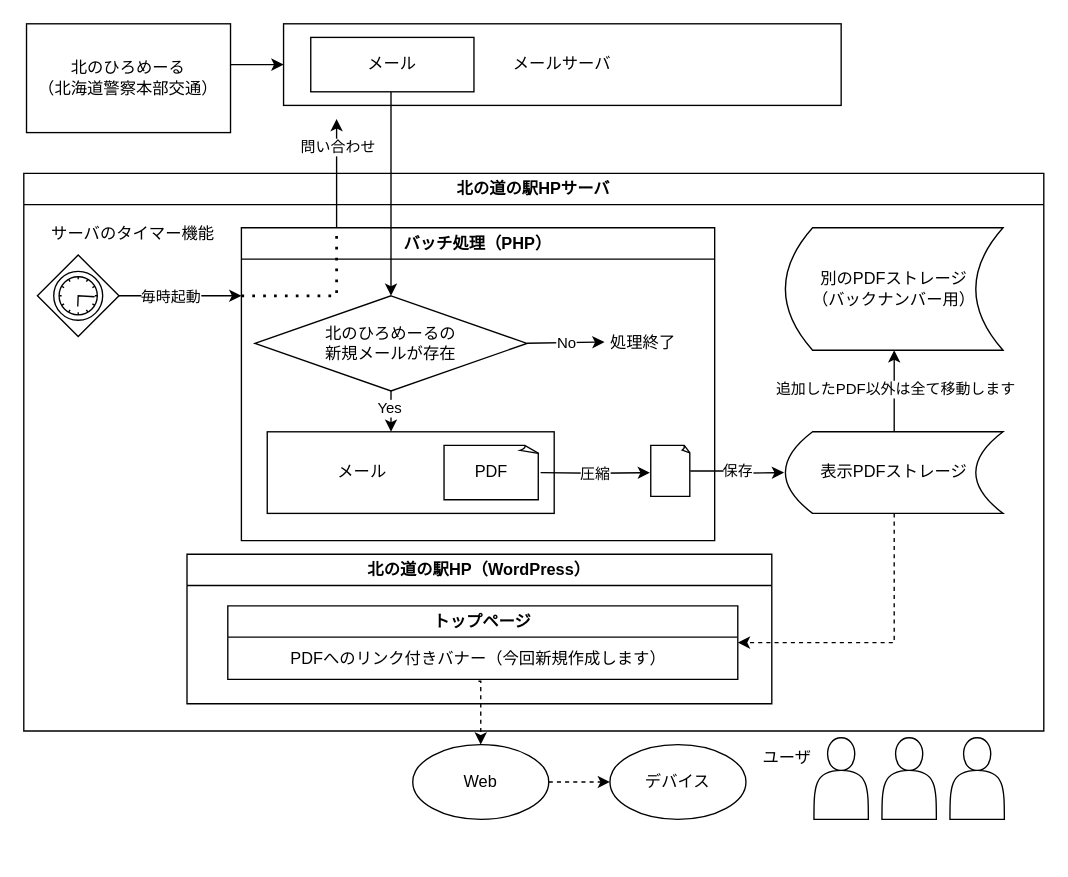
Above: システム概念図.drawio in Nisshee2424/quiz_app (draw.io), before the change. Source tidied: cells renumbered, new cells numbered last; positions are measured from the earlier drawing's top-left corner, leaving out a move shared by most shapes. Both pictures are drawn from the tidied source at 136%, with x=0, y=0 at pixel (23, 23).
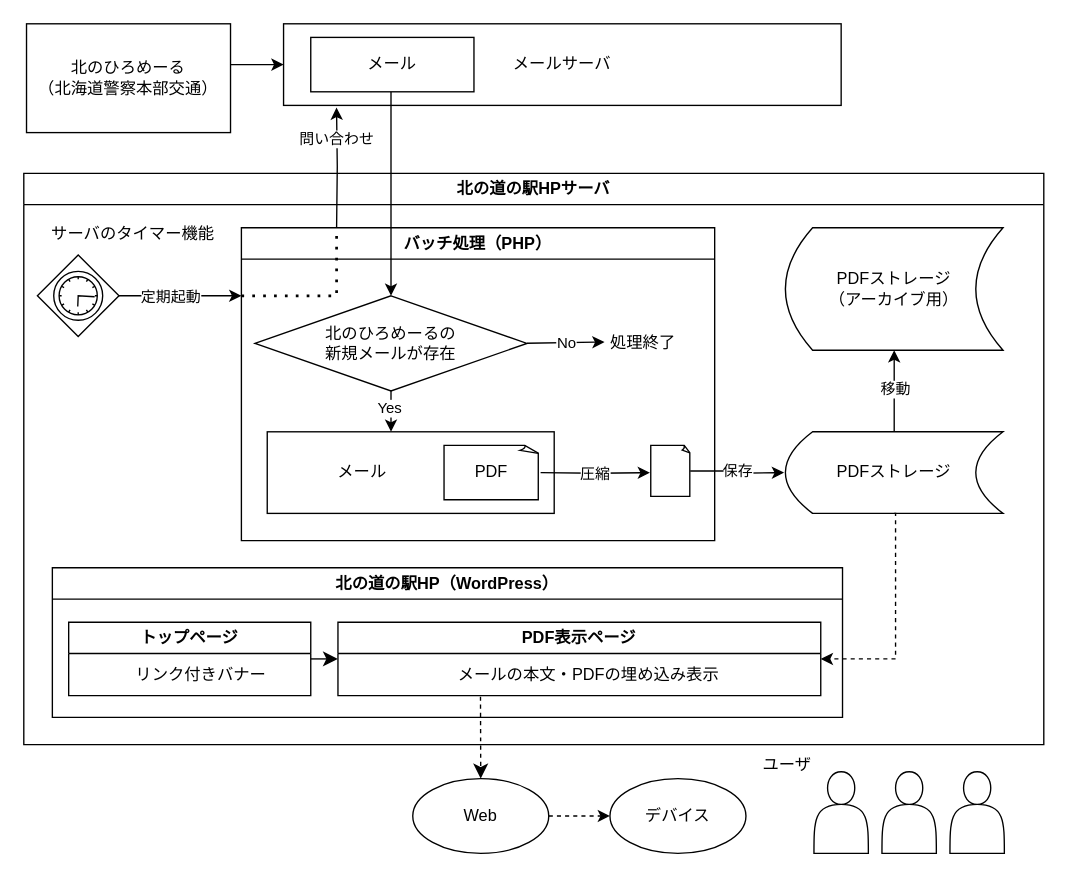
Above is the later version.

Commit message:
システム概念図.drawio を更新します

The change refers to these unchanged cells:
```xml
<mxCell id="5" style="edgeStyle=orthogonalEdgeStyle;rounded=0;jettySize=auto;html=1;" parent="2" edge="1" source="8" target="9">
  <mxGeometry relative="1" as="geometry" />
</mxCell>
<mxCell id="26" style="edgeStyle=orthogonalEdgeStyle;rounded=0;jettySize=auto;html=1;" parent="2" edge="1" source="3">
  <mxGeometry relative="1" as="geometry">
    <mxPoint x="160" y="90" as="targetPoint" />
    <Array as="points">
      <mxPoint x="160" y="90" />
    </Array>
  </mxGeometry>
</mxCell>
<mxCell id="35" value="メールサーバ" style="whiteSpace=wrap;html=1;rounded=0;align=center;" parent="1" vertex="1">
  <mxGeometry x="191" width="410" height="60" as="geometry" />
</mxCell>
```

Diff of the diagram source:
```diff
@@
     <mxCell id="2" value="北の道の駅HPサーバ" style="swimlane;whiteSpace=wrap;html=1;startSize=23;" parent="1" vertex="1">
-      <mxGeometry y="110" width="750" height="410" as="geometry" />
+      <mxGeometry y="110" width="750" height="420" as="geometry" />
     </mxCell>
@@
-    <mxCell id="6" value="追加したPDF以外は全て移動します" style="edgeLabel;html=1;align=center;verticalAlign=middle;" parent="5" vertex="1">
+    <mxCell id="6" value="移動" style="edgeLabel;html=1;align=center;verticalAlign=middle;" parent="5" vertex="1">
       <mxGeometry x="0.05" relative="1" as="geometry" />
     </mxCell>
-    <mxCell id="7" style="edgeStyle=elbowEdgeStyle;rounded=0;jettySize=auto;html=1;entryX=1;entryY=0.5;entryDx=0;entryDy=0;exitX=0.5;exitY=1;exitDx=0;exitDy=0;dashed=1;" parent="2" edge="1" source="8" target="29">
-      <mxGeometry relative="1" as="geometry">
-        <Array as="points">
-          <mxPoint x="640" y="310" />
-        </Array>
-      </mxGeometry>
-    </mxCell>
-    <mxCell id="8" value="表示PDFストレージ" style="shape=dataStorage;whiteSpace=wrap;html=1;fixedSize=1;" parent="2" vertex="1">
+    <mxCell id="8" value="PDFストレージ" style="shape=dataStorage;whiteSpace=wrap;html=1;fixedSize=1;" parent="2" vertex="1">
       <mxGeometry x="560" y="190" width="160" height="60" as="geometry" />
     </mxCell>
-    <mxCell id="9" value="別のPDFストレージ&lt;div&gt;（バックナンバー用）&lt;/div&gt;" style="shape=dataStorage;whiteSpace=wrap;html=1;fixedSize=1;" parent="2" vertex="1">
+    <mxCell id="9" value="PDFストレージ&lt;div&gt;（アーカイブ用）&lt;/div&gt;" style="shape=dataStorage;whiteSpace=wrap;html=1;fixedSize=1;" parent="2" vertex="1">
       <mxGeometry x="560" y="40" width="160" height="90" as="geometry" />
     </mxCell>
@@
-    <mxCell id="27" value="毎時起動" style="edgeLabel;html=1;align=center;verticalAlign=middle;" parent="26" vertex="1">
+    <mxCell id="27" value="定期起動" style="edgeLabel;html=1;align=center;verticalAlign=middle;" parent="26" vertex="1">
       <mxGeometry x="-0.53" relative="1" as="geometry">
         <mxPoint x="16" as="offset" />
       </mxGeometry>
     </mxCell>
     <mxCell id="28" value="北の道の駅HP（WordPress&lt;span style=&quot;background-color: initial;&quot;&gt;）&lt;/span&gt;" style="swimlane;whiteSpace=wrap;html=1;fillColor=default;startSize=23;" parent="2" vertex="1">
-      <mxGeometry x="120" y="280" width="430" height="110" as="geometry" />
+      <mxGeometry x="21" y="290" width="581" height="110" as="geometry" />
     </mxCell>
+    <mxCell id="46" style="edgeStyle=none;curved=1;rounded=0;jettySize=auto;html=1;fontSize=12;startSize=8;endSize=8;entryX=0;entryY=0.5;entryDx=0;entryDy=0;" parent="28" edge="1" source="29" target="47">
+      <mxGeometry relative="1" as="geometry" />
+    </mxCell>
     <mxCell id="29" value="トップページ" style="swimlane;whiteSpace=wrap;html=1;" parent="28" vertex="1">
-      <mxGeometry x="30" y="38" width="375" height="54" as="geometry" />
+      <mxGeometry x="12" y="40" width="178" height="54" as="geometry" />
     </mxCell>
-    <mxCell id="30" value="PDFへのリンク付きバナー（今回新規作成します）" style="text;html=1;align=center;verticalAlign=middle;points=[];strokeColor=none;fillColor=none;" parent="29" vertex="1">
-      <mxGeometry x="34" y="24" width="300" height="30" as="geometry" />
+    <mxCell id="30" value="リンク付きバナー" style="text;html=1;align=center;verticalAlign=middle;points=[];strokeColor=none;fillColor=none;" parent="29" vertex="1">
+      <mxGeometry x="37" y="24" width="120" height="30" as="geometry" />
     </mxCell>
+    <mxCell id="47" value="PDF表示ページ" style="swimlane;whiteSpace=wrap;html=1;startSize=23;" parent="28" vertex="1">
+      <mxGeometry x="210" y="40" width="355" height="54" as="geometry" />
+    </mxCell>
+    <mxCell id="48" value="メールの本文・PDFの埋め込み表示" style="text;html=1;align=center;verticalAlign=middle;points=[];strokeColor=none;fillColor=none;" parent="47" vertex="1">
+      <mxGeometry x="74" y="24" width="220" height="30" as="geometry" />
+    </mxCell>
-    <mxCell id="31" style="edgeStyle=orthogonalEdgeStyle;rounded=0;orthogonalLoop=1;jettySize=auto;html=1;" parent="2" edge="1">
+    <mxCell id="31" style="edgeStyle=orthogonalEdgeStyle;rounded=0;jettySize=auto;html=1;entryX=0.095;entryY=1.027;entryDx=0;entryDy=0;entryPerimeter=0;" parent="2" edge="1" target="35">
       <mxGeometry relative="1" as="geometry">
         <mxPoint x="230" y="40" as="sourcePoint" />
-        <mxPoint x="230" y="-40" as="targetPoint" />
-        <Array as="points">
-          <mxPoint x="230" y="20" />
-          <mxPoint x="230" y="20" />
-        </Array>
       </mxGeometry>
     </mxCell>
@@
+    <mxCell id="7" style="edgeStyle=elbowEdgeStyle;rounded=0;jettySize=auto;html=1;entryX=1;entryY=0.5;entryDx=0;entryDy=0;exitX=0.5;exitY=1;exitDx=0;exitDy=0;dashed=1;" parent="2" edge="1" source="8" target="47">
+      <mxGeometry relative="1" as="geometry">
+        <Array as="points">
+          <mxPoint x="641" y="310" />
+        </Array>
+      </mxGeometry>
+    </mxCell>
@@
-    <mxCell id="36" style="shape=actor;whiteSpace=wrap;html=1;" parent="1" vertex="1">
-      <mxGeometry x="681" y="525" width="40" height="60" as="geometry" />
-    </mxCell>
     <mxCell id="37" value="&lt;div&gt;&lt;br&gt;&lt;/div&gt;&lt;div&gt;&lt;br&gt;&lt;/div&gt;" style="shape=actor;whiteSpace=wrap;html=1;" parent="1" vertex="1">
-      <mxGeometry x="631" y="525" width="40" height="60" as="geometry" />
+      <mxGeometry x="631" y="550" width="40" height="60" as="geometry" />
     </mxCell>
     <mxCell id="38" style="shape=actor;whiteSpace=wrap;html=1;" parent="1" vertex="1">
-      <mxGeometry x="581" y="525" width="40" height="60" as="geometry" />
+      <mxGeometry x="581" y="550" width="40" height="60" as="geometry" />
     </mxCell>
@@
     <mxCell id="40" value="Web" style="ellipse;whiteSpace=wrap;html=1;" parent="1" vertex="1">
-      <mxGeometry x="286" y="530" width="100" height="55" as="geometry" />
+      <mxGeometry x="286" y="555" width="100" height="55" as="geometry" />
     </mxCell>
     <mxCell id="41" value="デバイス" style="ellipse;whiteSpace=wrap;html=1;" parent="1" vertex="1">
-      <mxGeometry x="431" y="530" width="100" height="55" as="geometry" />
+      <mxGeometry x="431" y="555" width="100" height="55" as="geometry" />
     </mxCell>
     <mxCell id="42" value="ユーザ" style="text;html=1;align=center;verticalAlign=middle;strokeColor=none;fillColor=none;" parent="1" vertex="1">
-      <mxGeometry x="531" y="525" width="60" height="30" as="geometry" />
+      <mxGeometry x="531" y="530" width="60" height="30" as="geometry" />
     </mxCell>
-    <mxCell id="43" style="edgeStyle=elbowEdgeStyle;rounded=0;jettySize=auto;html=1;dashed=1;exitX=0.501;exitY=1.047;exitDx=0;exitDy=0;exitPerimeter=0;" parent="1" edge="1" source="30" target="40">
-      <mxGeometry relative="1" as="geometry">
-        <Array as="points">
-          <mxPoint x="336" y="480" />
-        </Array>
-      </mxGeometry>
-    </mxCell>
@@
+    <mxCell id="49" style="shape=actor;whiteSpace=wrap;html=1;" parent="1" vertex="1">
+      <mxGeometry x="681" y="550" width="40" height="60" as="geometry" />
+    </mxCell>
+    <mxCell id="50" style="edgeStyle=none;curved=1;rounded=0;jettySize=auto;html=1;fontSize=12;startSize=8;endSize=8;entryX=0.5;entryY=0;entryDx=0;entryDy=0;exitX=0.14;exitY=1.026;exitDx=0;exitDy=0;exitPerimeter=0;dashed=1;" parent="1" edge="1" source="48" target="40">
+      <mxGeometry relative="1" as="geometry" />
+    </mxCell>
```
